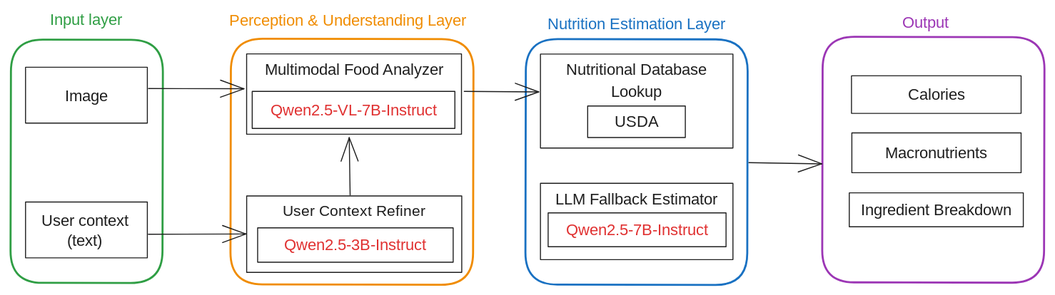
hepejaAED/CalorIA keeps this Excalidraw diagram as pipeline_arquitectura.excalidraw.svg. Above is the earlier version. Source tidied: one line per element, renumbered; positions are measured from the earlier drawing's top-left corner, leaving out a move shared by most shapes.
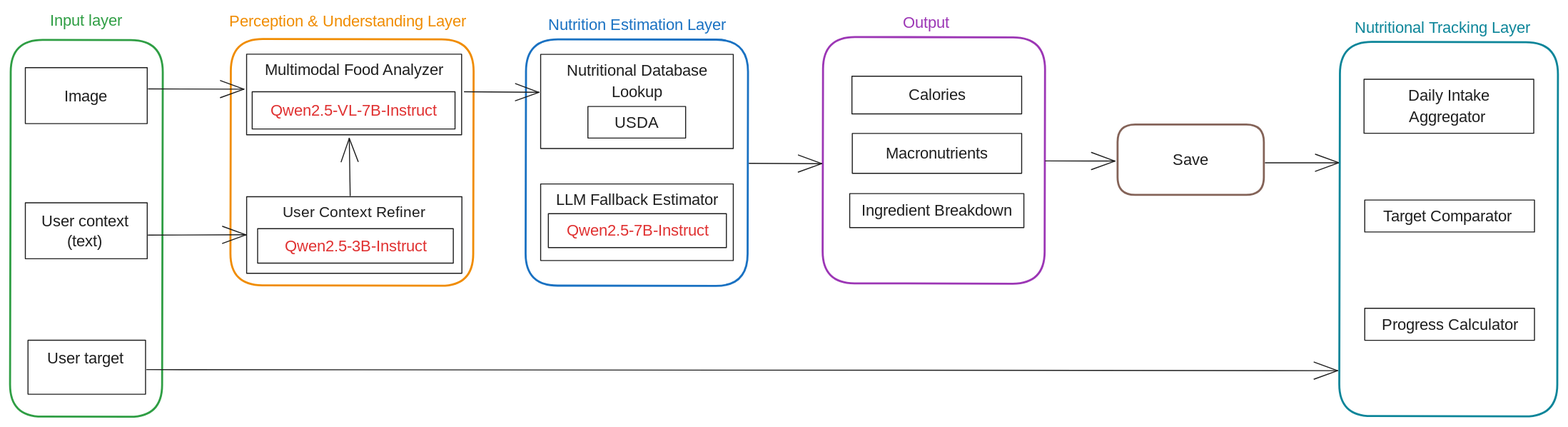
The same file after the commit.

What changed in the source:
```diff
@@ -1,5 +1,5 @@
 {"id": 0, "type": "rectangle", "strokeColor": "#f08c00", "angle": 0.0, "strokeWidth": 2, "roughness": 0, "round": true, "x": 220, "y": 29, "width": 243, "height": 246}
-{"id": 1, "type": "rectangle", "strokeColor": "#2f9e44", "angle": 0.0, "strokeWidth": 2, "roughness": 0, "round": true, "x": 0, "y": 30, "width": 152, "height": 244}
+{"id": 1, "type": "rectangle", "strokeColor": "#2f9e44", "angle": 0.0, "strokeWidth": 2, "roughness": 0, "round": true, "x": 0, "y": 30, "width": 152, "height": 377}
 {"id": 2, "type": "text", "text": "Input layer", "strokeColor": "#2f9e44", "strokeWidth": 2, "roughness": 0, "fontSize": 16, "fontFamily": 6, "textAlign": "center", "x": 37, "y": 0, "width": 77, "height": 20}
 {"id": 3, "type": "rectangle", "strokeColor": "#1e1e1e", "strokeWidth": 1, "roughness": 0, "x": 15, "y": 58, "width": 122, "height": 56}
 {"id": 4, "type": "text", "text": "Image", "strokeColor": "#1e1e1e", "strokeWidth": 1, "roughness": 0, "fontSize": 16, "fontFamily": 6, "textAlign": "center", "x": 53, "y": 76, "width": 44, "height": 20}
@@ -29,7 +29,7 @@
 {"id": 28, "type": "rectangle", "strokeColor": "#1e1e1e", "strokeWidth": 1, "roughness": 0, "x": 538, "y": 204, "width": 178, "height": 34}
 {"id": 29, "type": "text", "text": "Qwen2.5-7B-Instruct", "strokeColor": "#e03131", "strokeWidth": 1, "roughness": 0, "fontSize": 16, "fontFamily": 6, "textAlign": "center", "verticalAlign": "middle", "inside": 28, "x": 550, "y": 210, "width": 155, "height": 22}
 {"id": 30, "type": "rectangle", "strokeColor": "#9c36b5", "angle": 0.0, "strokeWidth": 2, "roughness": 0, "round": true, "x": 813, "y": 27, "width": 222, "height": 246}
-{"id": 31, "type": "arrow", "strokeColor": "#1e1e1e", "strokeWidth": 1, "roughness": 0, "endArrowhead": "arrow", "from": 22, "to": 30, "x": 739, "y": 153, "width": 73, "height": 1, "points": [[0, 0], [73, 1]]}
+{"id": 31, "type": "arrow", "strokeColor": "#1e1e1e", "strokeWidth": 1, "roughness": 0, "endArrowhead": "arrow", "from": 22, "to": 30, "x": 739, "y": 153, "width": 73, "height": 0, "points": [[0, 0], [73, 0]]}
 {"id": 32, "type": "text", "text": "Output", "strokeColor": "#9c36b5", "strokeWidth": 2, "roughness": 1, "fontSize": 16, "fontFamily": 6, "x": 893, "y": 2, "width": 51, "height": 22}
 {"id": 33, "type": "rectangle", "strokeColor": "#1e1e1e", "strokeWidth": 1, "roughness": 0, "x": 842, "y": 66, "width": 170, "height": 38}
 {"id": 34, "type": "text", "text": "Calories", "strokeColor": "#1e1e1e", "strokeWidth": 1, "roughness": 0, "fontSize": 16, "fontFamily": 6, "textAlign": "center", "verticalAlign": "middle", "inside": 33, "x": 898, "y": 74, "width": 59, "height": 22}
@@ -37,3 +37,18 @@
 {"id": 36, "type": "text", "text": "Macronutrients", "strokeColor": "#1e1e1e", "strokeWidth": 1, "roughness": 0, "fontSize": 16, "fontFamily": 6, "textAlign": "center", "verticalAlign": "middle", "inside": 35, "x": 873, "y": 133, "width": 109, "height": 22}
 {"id": 37, "type": "rectangle", "strokeColor": "#1e1e1e", "strokeWidth": 1, "roughness": 0, "x": 840, "y": 184, "width": 174, "height": 34}
 {"id": 38, "type": "text", "text": "Ingredient Breakdown", "strokeColor": "#1e1e1e", "strokeWidth": 1, "roughness": 0, "fontSize": 16, "fontFamily": 6, "textAlign": "center", "verticalAlign": "middle", "inside": 37, "x": 847, "y": 190, "width": 160, "height": 22}
+{"id": 39, "type": "rectangle", "strokeColor": "#846358", "strokeWidth": 2, "roughness": 0, "round": true, "x": 1108, "y": 114, "width": 146, "height": 70}
+{"id": 40, "type": "text", "text": "Save", "strokeColor": "#1e1e1e", "strokeWidth": 2, "roughness": 0, "fontSize": 16, "fontFamily": 6, "textAlign": "center", "verticalAlign": "middle", "inside": 39, "x": 1164, "y": 139, "width": 35, "height": 22}
+{"id": 41, "type": "rectangle", "strokeColor": "#1e1e1e", "strokeWidth": 1, "roughness": 0, "x": 17, "y": 330, "width": 118, "height": 54}
+{"id": 42, "type": "text", "text": "User target", "strokeColor": "#1e1e1e", "strokeWidth": 1, "roughness": 0, "fontSize": 15.43, "fontFamily": 6, "textAlign": "center", "x": 35, "y": 338, "width": 79, "height": 19}
+{"id": 43, "type": "arrow", "strokeColor": "#1e1e1e", "strokeWidth": 1, "roughness": 0, "endArrowhead": "arrow", "from": 30, "to": 39, "x": 1036, "y": 151, "width": 69, "height": 0, "points": [[0, 0], [69, 0]]}
+{"id": 44, "type": "arrow", "strokeColor": "#1e1e1e", "strokeWidth": 1, "roughness": 0, "endArrowhead": "arrow", "from": 41, "to": 46, "x": 136, "y": 360, "width": 1192, "height": 1, "points": [[0, 0], [1192, 1]]}
+{"id": 45, "type": "arrow", "strokeColor": "#1e1e1e", "strokeWidth": 1, "roughness": 0, "endArrowhead": "arrow", "from": 39, "to": 46, "x": 1256, "y": 153, "width": 74, "height": 0, "points": [[0, 0], [74, 0]]}
+{"id": 46, "type": "rectangle", "strokeColor": "#0c8599", "angle": 0.0, "strokeWidth": 2, "roughness": 0, "round": true, "x": 1330, "y": 32, "width": 218, "height": 374}
+{"id": 47, "type": "text", "text": "Nutritional Tracking Layer", "strokeColor": "#0c8599", "strokeWidth": 2, "roughness": 0, "fontSize": 16, "fontFamily": 6, "x": 1345, "y": 6, "width": 186, "height": 22}
+{"id": 48, "type": "rectangle", "strokeColor": "#1e1e1e", "strokeWidth": 1, "roughness": 0, "x": 1355, "y": 69, "width": 170, "height": 54}
+{"id": 49, "type": "text", "text": "Daily Intake\nAggregator ", "strokeColor": "#1e1e1e", "strokeWidth": 1, "roughness": 0, "fontSize": 16, "fontFamily": 6, "textAlign": "center", "verticalAlign": "middle", "inside": 48, "x": 1396, "y": 75, "width": 87, "height": 43}
+{"id": 50, "type": "rectangle", "strokeColor": "#1e1e1e", "strokeWidth": 1, "roughness": 0, "x": 1355, "y": 190, "width": 170, "height": 32}
+{"id": 51, "type": "text", "text": "Target Comparator ", "strokeColor": "#1e1e1e", "strokeWidth": 1, "roughness": 0, "fontSize": 16, "fontFamily": 6, "textAlign": "center", "verticalAlign": "middle", "inside": 50, "x": 1370, "y": 195, "width": 140, "height": 22}
+{"id": 52, "type": "rectangle", "strokeColor": "#1e1e1e", "strokeWidth": 1, "roughness": 0, "x": 1355, "y": 298, "width": 170, "height": 32}
+{"id": 53, "type": "text", "text": "Progress Calculator", "strokeColor": "#1e1e1e", "strokeWidth": 1, "roughness": 0, "fontSize": 16, "fontFamily": 6, "textAlign": "center", "verticalAlign": "middle", "inside": 52, "x": 1369, "y": 304, "width": 142, "height": 22}
```
